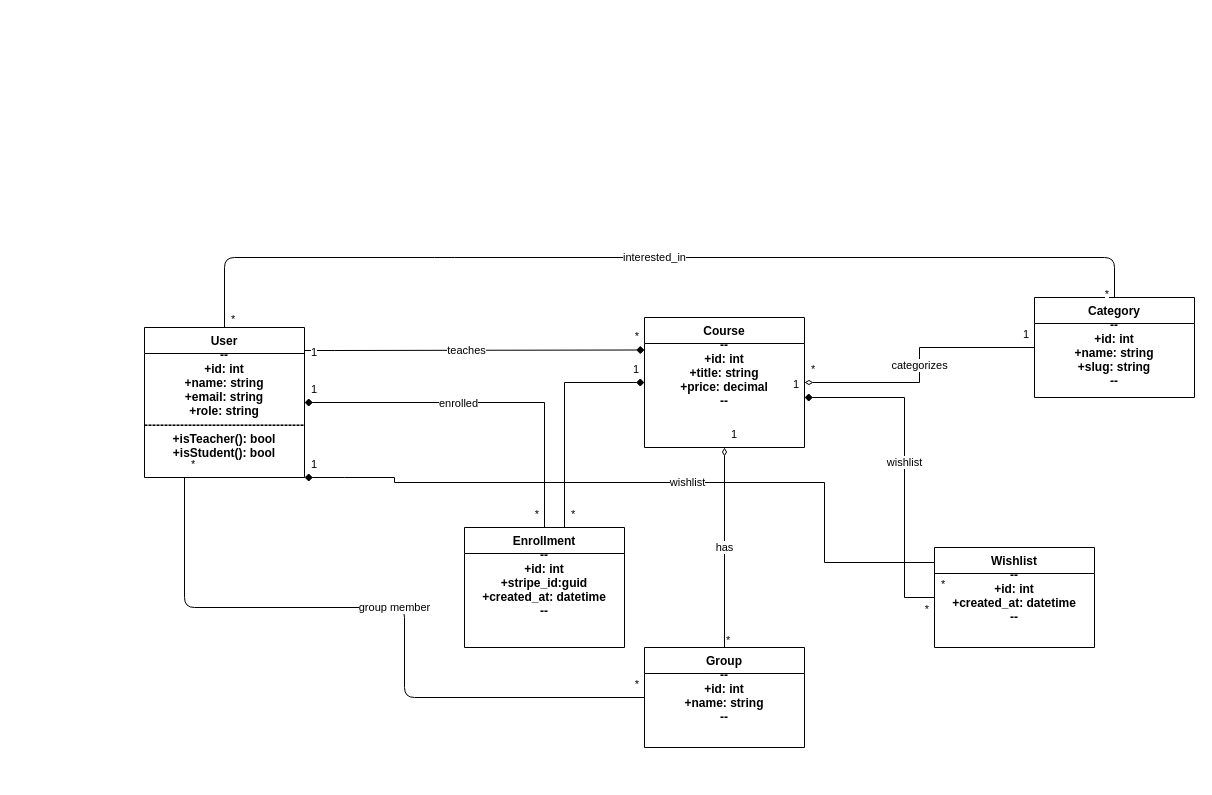
hamzalafsioui/EduFlow keeps this draw.io diagram as docs/dc.drawio. Above is the earlier version. Source tidied: cells renumbered, new cells numbered last; positions are measured from the earlier drawing's top-left corner, leaving out a move shared by most shapes. Both pictures are drawn from the tidied source at 100%, with x=0, y=0 at pixel (144, 257).
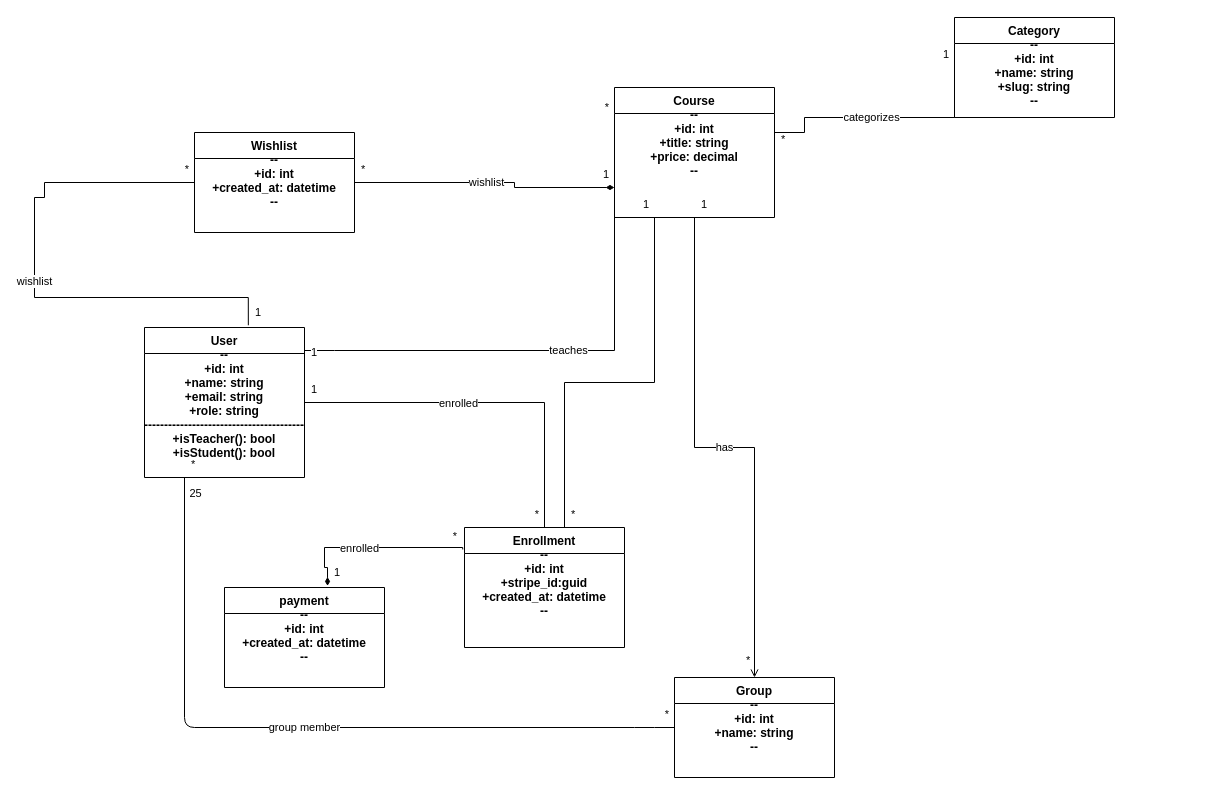
After the change.

Commit message:
diagram class

The change refers to these unchanged cells:
```xml
<mxCell id="2" value="User&#10;--&#10;+id: int&#10;+name: string&#10;+email: string&#10;+role: string&#10;----------------------------------------&#10;+isTeacher(): bool&#10;+isStudent(): bool" style="swimlane;fontStyle=1;align=center;verticalAlign=top;horizontal=1;startSize=26;" parent="1" vertex="1">
  <mxGeometry y="70" width="160" height="150" as="geometry" />
</mxCell>
<mxCell id="6" value="Enrollment&#10;--&#10;+id: int&#10;+stripe_id:guid&#10;+created_at: datetime&#10;--&#10;" style="swimlane;fontStyle=1;align=center;verticalAlign=top;horizontal=1;startSize=26;" parent="1" vertex="1">
  <mxGeometry x="320" y="270" width="160" height="120" as="geometry" />
</mxCell>
```

Change to the diagram source:
```diff
@@
     <mxCell id="3" value="Course&#10;--&#10;+id: int&#10;+title: string&#10;+price: decimal&#10;--&#10;" style="swimlane;fontStyle=1;align=center;verticalAlign=top;horizontal=1;startSize=26;" parent="1" vertex="1">
-      <mxGeometry x="500" y="60" width="160" height="130" as="geometry" />
+      <mxGeometry x="470" y="-170" width="160" height="130" as="geometry" />
     </mxCell>
     <mxCell id="4" value="Category&#10;--&#10;+id: int&#10;+name: string&#10;+slug: string&#10;--&#10;" style="swimlane;fontStyle=1;align=center;verticalAlign=top;horizontal=1;startSize=26;" parent="1" vertex="1">
-      <mxGeometry x="890" y="40" width="160" height="100" as="geometry" />
+      <mxGeometry x="810" y="-240" width="160" height="100" as="geometry" />
     </mxCell>
     <mxCell id="5" value="Group&#10;--&#10;+id: int&#10;+name: string&#10;--&#10;" style="swimlane;fontStyle=1;align=center;verticalAlign=top;horizontal=1;startSize=26;" parent="1" vertex="1">
-      <mxGeometry x="500" y="390" width="160" height="100" as="geometry" />
+      <mxGeometry x="530" y="420" width="160" height="100" as="geometry" />
     </mxCell>
@@
     <mxCell id="7" value="Wishlist&#10;--&#10;+id: int&#10;+created_at: datetime&#10;--&#10;" style="swimlane;fontStyle=1;align=center;verticalAlign=top;horizontal=1;startSize=26;" parent="1" vertex="1">
-      <mxGeometry x="790" y="290" width="160" height="100" as="geometry" />
+      <mxGeometry x="50" y="-125" width="160" height="100" as="geometry" />
     </mxCell>
-    <mxCell id="8" value="teaches" style="edgeStyle=orthogonalEdgeStyle;rounded=0;jettySize=auto;html=1;exitX=1;exitY=0.25;entryX=0;entryY=0.25;strokeWidth=1;endArrow=diamond;endFill=1;" parent="1" edge="1" source="2" target="3">
+    <mxCell id="8" value="teaches" style="edgeStyle=orthogonalEdgeStyle;rounded=0;jettySize=auto;html=1;exitX=1;exitY=0.25;entryX=0;entryY=0.25;strokeWidth=1;endArrow=none;endFill=0;" parent="1" edge="1" source="2" target="3">
       <mxGeometry relative="1" as="geometry">
         <Array as="points">
           <mxPoint x="190" y="93" />
           <mxPoint x="345" y="93" />
         </Array>
       </mxGeometry>
     </mxCell>
@@
-    <mxCell id="11" value="categorizes" style="edgeStyle=orthogonalEdgeStyle;rounded=0;jettySize=auto;html=1;exitX=0;exitY=0.5;entryX=1;entryY=0.5;strokeWidth=1;endArrow=diamondThin;endFill=0;" parent="1" edge="1" source="4" target="3">
-      <mxGeometry relative="1" as="geometry" />
+    <mxCell id="11" value="categorizes" style="edgeStyle=orthogonalEdgeStyle;rounded=0;jettySize=auto;html=1;exitX=0;exitY=0.5;entryX=1;entryY=0.5;strokeWidth=1;endArrow=none;endFill=0;" parent="1" edge="1" source="4" target="3">
+      <mxGeometry relative="1" as="geometry">
+        <Array as="points">
+          <mxPoint x="810" y="-140" />
+          <mxPoint x="660" y="-140" />
+          <mxPoint x="660" y="-125" />
+        </Array>
+      </mxGeometry>
     </mxCell>
@@
-    <mxCell id="14" value="has" style="edgeStyle=orthogonalEdgeStyle;rounded=0;jettySize=auto;html=1;exitX=0.5;exitY=1;entryX=0.5;entryY=0;strokeWidth=1;startArrow=diamondThin;startFill=0;endArrow=none;endFill=0;" parent="1" edge="1" source="3" target="5">
+    <mxCell id="14" value="has" style="edgeStyle=orthogonalEdgeStyle;rounded=0;jettySize=auto;html=1;exitX=0.5;exitY=1;entryX=0.5;entryY=0;strokeWidth=1;startArrow=none;startFill=0;endArrow=open;endFill=0;" parent="1" edge="1" source="3" target="5">
       <mxGeometry relative="1" as="geometry" />
     </mxCell>
@@
     <mxCell id="16" value="*" style="edgeLabel;html=1;align=left;verticalAlign=top;" parent="14" vertex="1">
       <mxGeometry x="1" relative="1" as="geometry">
-        <mxPoint y="-20" as="offset" />
+        <mxPoint x="-10" y="-30" as="offset" />
       </mxGeometry>
     </mxCell>
-    <mxCell id="17" value="interested_in" style="edgeStyle=orthogonalEdgeStyle;rounded=1;jettySize=auto;html=1;exitX=0.5;exitY=0;entryX=0.5;entryY=0;endArrow=none;endFill=0;" parent="1" edge="1" source="2" target="4">
-      <mxGeometry relative="1" as="geometry">
-        <Array as="points">
-          <mxPoint x="300" />
-          <mxPoint x="860" />
-        </Array>
-      </mxGeometry>
-    </mxCell>
-    <mxCell id="18" value="*" style="edgeLabel;html=1;align=left;verticalAlign=bottom;" parent="17" vertex="1">
-      <mxGeometry x="-1" relative="1" as="geometry">
-        <mxPoint x="5" as="offset" />
-      </mxGeometry>
-    </mxCell>
-    <mxCell id="19" value="*" style="edgeLabel;html=1;align=right;verticalAlign=bottom;" parent="17" vertex="1">
-      <mxGeometry x="1" relative="1" as="geometry">
-        <mxPoint x="-5" y="5" as="offset" />
-      </mxGeometry>
-    </mxCell>
-    <mxCell id="20" style="edgeStyle=orthogonalEdgeStyle;rounded=0;jettySize=auto;html=1;strokeWidth=1;endArrow=none;startArrow=diamond;startFill=1;" parent="1" edge="1" source="2" target="6">
+    <mxCell id="20" style="edgeStyle=orthogonalEdgeStyle;rounded=0;jettySize=auto;html=1;strokeWidth=1;endArrow=none;startArrow=none;startFill=0;" parent="1" edge="1" source="2" target="6">
       <mxGeometry relative="1" as="geometry" />
     </mxCell>
@@
-    <mxCell id="24" style="edgeStyle=orthogonalEdgeStyle;rounded=0;jettySize=auto;html=1;strokeWidth=1;endArrow=none;startArrow=diamond;startFill=1;" parent="1" edge="1" source="3" target="6">
+    <mxCell id="24" style="edgeStyle=orthogonalEdgeStyle;rounded=0;jettySize=auto;html=1;strokeWidth=1;endArrow=none;startArrow=none;startFill=0;" parent="1" edge="1" source="3" target="6">
       <mxGeometry relative="1" as="geometry">
         <Array as="points">
+          <mxPoint x="510" y="125" />
           <mxPoint x="420" y="125" />
         </Array>
       </mxGeometry>
     </mxCell>
@@
-    <mxCell id="27" value="wishlist" style="edgeStyle=orthogonalEdgeStyle;rounded=0;jettySize=auto;html=1;strokeWidth=1;endArrow=none;entryX=0;entryY=0.75;entryDx=0;entryDy=0;exitX=1;exitY=1;exitDx=0;exitDy=0;startArrow=diamond;startFill=1;" parent="1" edge="1" source="2" target="7">
-      <mxGeometry relative="1" as="geometry">
-        <Array as="points">
-          <mxPoint x="200" y="220" />
-          <mxPoint x="250" y="220" />
-          <mxPoint x="250" y="225" />
-          <mxPoint x="680" y="225" />
-          <mxPoint x="680" y="305" />
-          <mxPoint x="750" y="305" />
-        </Array>
-      </mxGeometry>
-    </mxCell>
-    <mxCell id="28" value="1" style="edgeLabel;html=1;align=left;verticalAlign=bottom;" parent="27" vertex="1">
-      <mxGeometry x="-1" relative="1" as="geometry">
-        <mxPoint x="5" y="-5" as="offset" />
-      </mxGeometry>
-    </mxCell>
-    <mxCell id="29" value="*" style="edgeLabel;html=1;align=right;verticalAlign=bottom;" parent="27" vertex="1">
-      <mxGeometry x="1" relative="1" as="geometry">
-        <mxPoint x="-5" y="-5" as="offset" />
-      </mxGeometry>
-    </mxCell>
-    <mxCell id="30" value="wishlist" style="edgeStyle=orthogonalEdgeStyle;rounded=0;jettySize=auto;html=1;strokeWidth=1;endArrow=none;startArrow=diamond;startFill=1;" parent="1" edge="1" source="3" target="7">
+    <mxCell id="30" value="wishlist" style="edgeStyle=orthogonalEdgeStyle;rounded=0;jettySize=auto;html=1;strokeWidth=1;endArrow=none;startArrow=diamondThin;startFill=1;" parent="1" edge="1" source="3" target="7">
       <mxGeometry relative="1" as="geometry">
         <Array as="points">
-          <mxPoint x="760" y="140" />
+          <mxPoint x="370" y="-70" />
+          <mxPoint x="370" y="-75" />
         </Array>
       </mxGeometry>
     </mxCell>
@@
     <mxCell id="33" value="group member" style="edgeStyle=orthogonalEdgeStyle;rounded=1;jettySize=auto;html=1;exitX=0.25;exitY=1;entryX=0;entryY=0.5;endArrow=none;endFill=0;" parent="1" edge="1" source="2" target="5">
       <mxGeometry relative="1" as="geometry">
         <Array as="points">
-          <mxPoint x="260" y="350" />
+          <mxPoint x="40" y="470" />
+          <mxPoint x="500" y="470" />
         </Array>
       </mxGeometry>
     </mxCell>
@@
+    <mxCell id="36" value="25" style="edgeLabel;html=1;align=center;verticalAlign=middle;" parent="33" vertex="1">
+      <mxGeometry x="-0.96" y="-1" relative="1" as="geometry">
+        <mxPoint x="11" as="offset" />
+      </mxGeometry>
+    </mxCell>
+    <mxCell id="37" value="payment&#10;--&#10;+id: int&#10;+created_at: datetime&#10;--&#10;" style="swimlane;fontStyle=1;align=center;verticalAlign=top;horizontal=1;startSize=26;" parent="1" vertex="1">
+      <mxGeometry x="80" y="330" width="160" height="100" as="geometry" />
+    </mxCell>
+    <mxCell id="38" style="edgeStyle=orthogonalEdgeStyle;rounded=0;jettySize=auto;html=1;strokeWidth=1;endArrow=none;startArrow=diamondThin;startFill=1;exitX=0.644;exitY=-0.016;exitDx=0;exitDy=0;exitPerimeter=0;entryX=-0.011;entryY=0.183;entryDx=0;entryDy=0;entryPerimeter=0;" parent="1" edge="1" source="37" target="6">
+      <mxGeometry relative="1" as="geometry">
+        <Array as="points">
+          <mxPoint x="183" y="310" />
+          <mxPoint x="180" y="310" />
+          <mxPoint x="180" y="290" />
+          <mxPoint x="318" y="290" />
+        </Array>
+      </mxGeometry>
+    </mxCell>
+    <mxCell id="39" value="1" style="edgeLabel;html=1;align=left;verticalAlign=bottom;" parent="38" vertex="1">
+      <mxGeometry x="-1" relative="1" as="geometry">
+        <mxPoint x="5" y="-5" as="offset" />
+      </mxGeometry>
+    </mxCell>
+    <mxCell id="40" value="*" style="edgeLabel;html=1;align=right;verticalAlign=bottom;" parent="38" vertex="1">
+      <mxGeometry x="1" relative="1" as="geometry">
+        <mxPoint x="-5" y="-5" as="offset" />
+      </mxGeometry>
+    </mxCell>
+    <mxCell id="41" value="&lt;span style=&quot;color: rgb(0, 0, 0);&quot;&gt;enrolled&lt;/span&gt;" style="edgeLabel;html=1;align=center;verticalAlign=middle;" parent="38" vertex="1">
+      <mxGeometry x="-0.16" relative="1" as="geometry" />
+    </mxCell>
+    <mxCell id="27" value="&lt;span style=&quot;color: rgb(0, 0, 0);&quot;&gt;wishlist&lt;/span&gt;" style="edgeStyle=orthogonalEdgeStyle;rounded=0;jettySize=auto;html=1;strokeWidth=1;endArrow=none;endFill=0;exitX=0.649;exitY=-0.015;exitDx=0;exitDy=0;exitPerimeter=0;entryX=0;entryY=0.5;entryDx=0;entryDy=0;" parent="1" edge="1" source="2" target="7">
+      <mxGeometry relative="1" as="geometry">
+        <Array as="points">
+          <mxPoint x="104" y="40" />
+          <mxPoint x="-110" y="40" />
+          <mxPoint x="-110" y="-60" />
+          <mxPoint x="-100" y="-60" />
+          <mxPoint x="-100" y="-75" />
+        </Array>
+      </mxGeometry>
+    </mxCell>
+    <mxCell id="42" value="1" style="edgeLabel;html=1;align=left;verticalAlign=bottom;" parent="27" vertex="1">
+      <mxGeometry x="-1" relative="1" as="geometry">
+        <mxPoint x="5" y="-5" as="offset" />
+      </mxGeometry>
+    </mxCell>
+    <mxCell id="43" value="*" style="edgeLabel;html=1;align=right;verticalAlign=bottom;" parent="27" vertex="1">
+      <mxGeometry x="1" relative="1" as="geometry">
+        <mxPoint x="-5" y="-5" as="offset" />
+      </mxGeometry>
+    </mxCell>
```
